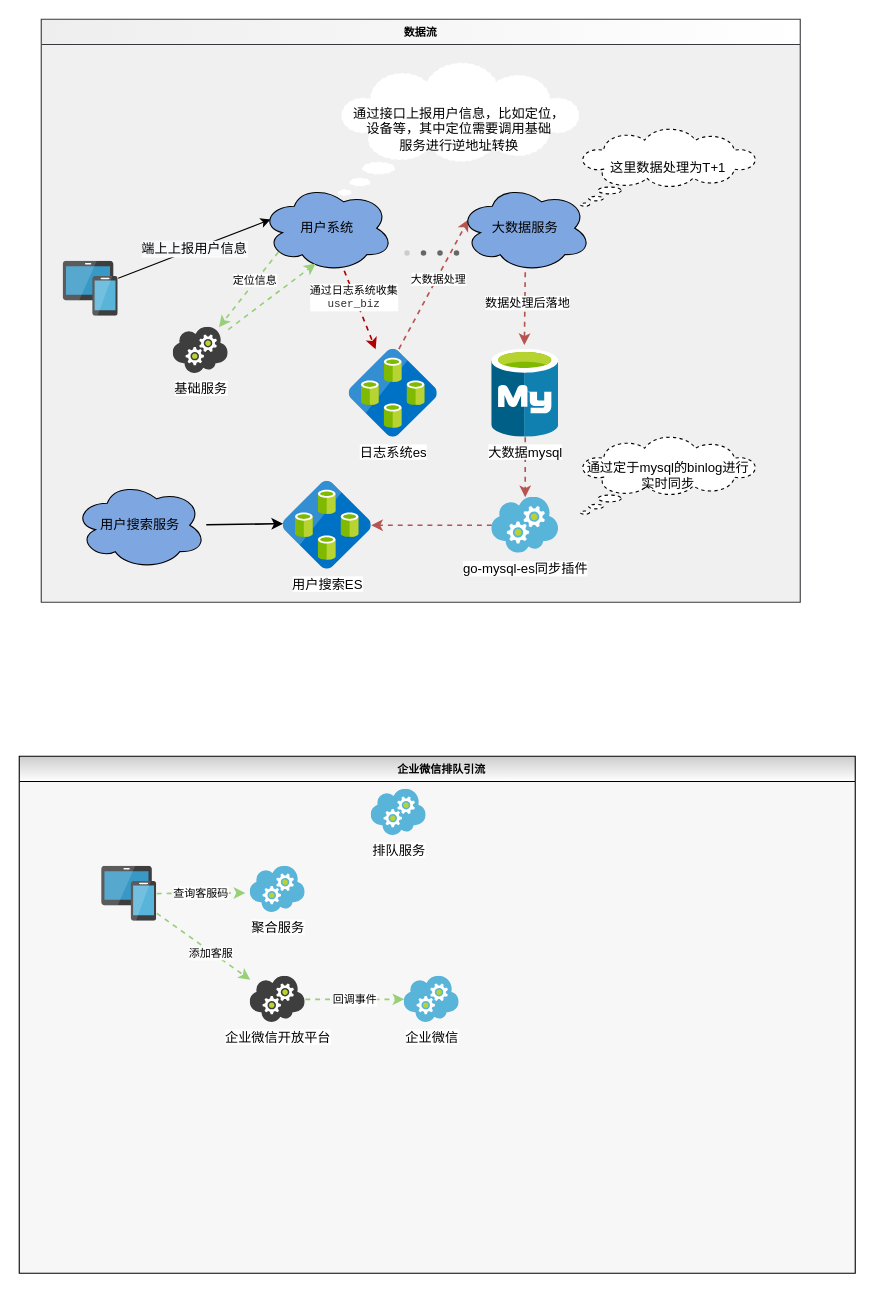
The draw.io diagram 企业微信排队引流.drawio in frainmeng/drawio-folder, before the edit. Source tidied: cells renumbered, new cells numbered last; positions are measured from the earlier drawing's top-left corner, leaving out a move shared by most shapes. Both pictures are drawn from the tidied source at 110%, with x=0, y=0 at pixel (19, 19).
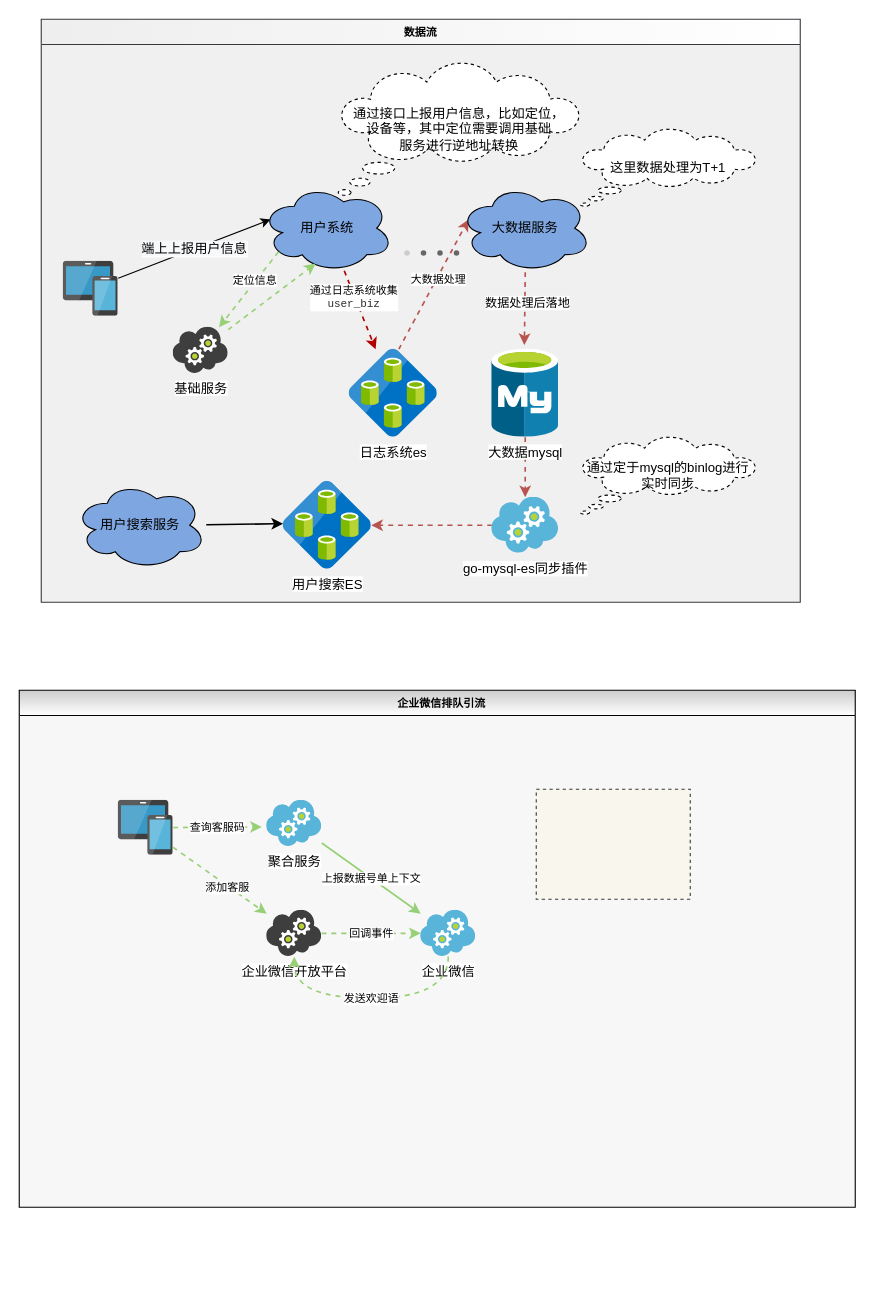
The same diagram, later.

Diff of the diagram source:
```diff
@@
-    <mxCell id="2" value="数据流" style="swimlane;fontSize=10;fillColor=#eeeeee;swimlaneFillColor=#F0F0F0;strokeColor=#36393d;gradientColor=#ffffff;gradientDirection=east;" parent="1" vertex="1">
+    <mxCell id="2" value="数据流" style="swimlane;fontSize=10;fillColor=#eeeeee;swimlaneFillColor=#F0F0F0;strokeColor=#36393d;gradientColor=#ffffff;gradientDirection=east;rounded=0;" parent="1" vertex="1">
       <mxGeometry x="20" width="690" height="530" as="geometry" />
     </mxCell>
-    <mxCell id="3" style="edgeStyle=none;jettySize=auto;html=1;strokeWidth=1.5;fontSize=8;rounded=0;noJump=0;fillColor=#e51400;strokeColor=#B20000;dashed=1;" parent="1" edge="1" source="7" target="17">
+    <mxCell id="3" style="edgeStyle=none;jettySize=auto;html=1;strokeWidth=1.5;fontSize=8;rounded=0;noJump=0;fillColor=#e51400;strokeColor=#B20000;dashed=1;curved=1;" parent="1" edge="1" source="7" target="17">
       <mxGeometry relative="1" as="geometry" />
     </mxCell>
-    <mxCell id="4" value="通过日志系统收集&lt;br style=&quot;font-size: 10px;&quot;&gt;&lt;span style=&quot;color: rgb(45, 45, 45); font-family: &amp;quot;Roboto Mono&amp;quot;, Consolas, Menlo, Courier, monospace; font-size: 10px; letter-spacing: -0.07px; text-align: start;&quot;&gt;user_biz&lt;/span&gt;" style="edgeLabel;html=1;align=center;verticalAlign=middle;fontSize=10;" parent="3" vertex="1">
+    <mxCell id="4" value="通过日志系统收集&lt;br style=&quot;font-size: 10px;&quot;&gt;&lt;span style=&quot;color: rgb(45, 45, 45); font-family: &amp;quot;Roboto Mono&amp;quot;, Consolas, Menlo, Courier, monospace; font-size: 10px; letter-spacing: -0.07px; text-align: start;&quot;&gt;user_biz&lt;/span&gt;" style="edgeLabel;html=1;align=center;verticalAlign=middle;fontSize=10;rounded=0;" parent="3" vertex="1">
       <mxGeometry x="-0.35" y="-1" relative="1" as="geometry" />
     </mxCell>
-    <mxCell id="5" style="edgeStyle=none;rounded=0;sketch=0;jettySize=auto;html=1;exitX=0.13;exitY=0.77;exitDx=0;exitDy=0;exitPerimeter=0;shadow=0;fontSize=10;startFill=1;endFill=1;strokeColor=#97D077;strokeWidth=1.5;dashed=1;" parent="1" edge="1" source="7" target="25">
+    <mxCell id="5" style="edgeStyle=none;rounded=0;jettySize=auto;html=1;exitX=0.13;exitY=0.77;exitDx=0;exitDy=0;exitPerimeter=0;shadow=0;fontSize=10;startFill=1;endFill=1;strokeColor=#97D077;strokeWidth=1.5;dashed=1;curved=1;" parent="1" edge="1" source="7" target="25">
       <mxGeometry relative="1" as="geometry" />
     </mxCell>
-    <mxCell id="6" value="定位信息" style="edgeLabel;html=1;align=center;verticalAlign=middle;fontSize=10;" parent="5" vertex="1">
+    <mxCell id="6" value="定位信息" style="edgeLabel;html=1;align=center;verticalAlign=middle;fontSize=10;rounded=0;" parent="5" vertex="1">
       <mxGeometry x="-0.25" y="-2" relative="1" as="geometry" />
     </mxCell>
-    <mxCell id="7" value="用户系统" style="ellipse;shape=cloud;whiteSpace=wrap;html=1;fillColor=#7EA6E0;" parent="1" vertex="1">
+    <mxCell id="7" value="用户系统" style="ellipse;shape=cloud;whiteSpace=wrap;html=1;fillColor=#7EA6E0;rounded=0;" parent="1" vertex="1">
       <mxGeometry x="220" y="150" width="120" height="80" as="geometry" />
     </mxCell>
-    <mxCell id="8" value="&lt;span style=&quot;font-size: 12px; background-color: rgb(248, 249, 250);&quot;&gt;端上上报用户信息&lt;/span&gt;" style="rounded=0;jettySize=auto;html=1;entryX=0.07;entryY=0.4;entryDx=0;entryDy=0;entryPerimeter=0;startFill=1;endFill=1;" parent="1" edge="1" source="9" target="7">
+    <mxCell id="8" value="&lt;span style=&quot;font-size: 12px; background-color: rgb(248, 249, 250);&quot;&gt;端上上报用户信息&lt;/span&gt;" style="rounded=0;jettySize=auto;html=1;entryX=0.07;entryY=0.4;entryDx=0;entryDy=0;entryPerimeter=0;startFill=1;endFill=1;curved=1;" parent="1" edge="1" source="9" target="7">
       <mxGeometry relative="1" as="geometry" />
     </mxCell>
-    <mxCell id="9" style="sketch=0;html=1;points=[];align=center;image;fontSize=12;image=img/lib/mscae/Devices_Groups.svg;fillColor=#CCCCCC;" parent="1" vertex="1">
+    <mxCell id="9" style="html=1;points=[];align=center;image;fontSize=12;image=img/lib/mscae/Devices_Groups.svg;fillColor=#CCCCCC;rounded=0;" parent="1" vertex="1">
       <mxGeometry x="40" y="220" width="50" height="50" as="geometry" />
     </mxCell>
-    <mxCell id="10" style="edgeStyle=none;rounded=1;jettySize=auto;html=1;entryX=0.07;entryY=0.4;entryDx=0;entryDy=0;entryPerimeter=0;fillColor=#f8cecc;strokeColor=#b85450;dashed=1;strokeWidth=1.5;exitX=0.564;exitY=-0.002;exitDx=0;exitDy=0;exitPerimeter=0;" parent="1" edge="1" source="17" target="14">
+    <mxCell id="10" style="edgeStyle=none;rounded=0;jettySize=auto;html=1;entryX=0.07;entryY=0.4;entryDx=0;entryDy=0;entryPerimeter=0;fillColor=#f8cecc;strokeColor=#b85450;dashed=1;strokeWidth=1.5;exitX=0.564;exitY=-0.002;exitDx=0;exitDy=0;exitPerimeter=0;curved=1;" parent="1" edge="1" source="17" target="14">
       <mxGeometry relative="1" as="geometry" />
     </mxCell>
-    <mxCell id="11" value="大数据处理" style="edgeLabel;html=1;align=center;verticalAlign=middle;fontSize=10;" parent="10" vertex="1">
+    <mxCell id="11" value="大数据处理" style="edgeLabel;html=1;align=center;verticalAlign=middle;fontSize=10;rounded=0;" parent="10" vertex="1">
       <mxGeometry x="0.09" y="-1" relative="1" as="geometry" />
     </mxCell>
-    <mxCell id="12" style="edgeStyle=none;rounded=1;jettySize=auto;html=1;entryX=0.487;entryY=-0.047;entryDx=0;entryDy=0;entryPerimeter=0;strokeColor=#b85450;fillColor=#f8cecc;dashed=1;strokeWidth=1.5;" parent="1" edge="1" source="14" target="16">
+    <mxCell id="12" style="edgeStyle=none;rounded=0;jettySize=auto;html=1;entryX=0.487;entryY=-0.047;entryDx=0;entryDy=0;entryPerimeter=0;strokeColor=#b85450;fillColor=#f8cecc;dashed=1;strokeWidth=1.5;curved=1;" parent="1" edge="1" source="14" target="16">
       <mxGeometry relative="1" as="geometry" />
     </mxCell>
-    <mxCell id="13" value="数据处理后落地" style="edgeLabel;html=1;align=center;verticalAlign=middle;" parent="12" vertex="1">
+    <mxCell id="13" value="数据处理后落地" style="edgeLabel;html=1;align=center;verticalAlign=middle;rounded=0;" parent="12" vertex="1">
       <mxGeometry x="-0.17" y="2" relative="1" as="geometry" />
     </mxCell>
-    <mxCell id="14" value="大数据服务" style="ellipse;shape=cloud;whiteSpace=wrap;html=1;fillColor=#7EA6E0;" parent="1" vertex="1">
+    <mxCell id="14" value="大数据服务" style="ellipse;shape=cloud;whiteSpace=wrap;html=1;fillColor=#7EA6E0;rounded=0;" parent="1" vertex="1">
       <mxGeometry x="400" y="150" width="120" height="80" as="geometry" />
     </mxCell>
-    <mxCell id="15" style="edgeStyle=none;rounded=1;jettySize=auto;html=1;strokeColor=#b85450;fillColor=#f8cecc;dashed=1;strokeWidth=1.5;" parent="1" edge="1" source="16" target="20">
+    <mxCell id="15" style="edgeStyle=none;rounded=0;jettySize=auto;html=1;strokeColor=#b85450;fillColor=#f8cecc;dashed=1;strokeWidth=1.5;curved=1;" parent="1" edge="1" source="16" target="20">
       <mxGeometry relative="1" as="geometry" />
     </mxCell>
-    <mxCell id="16" value="大数据mysql" style="sketch=0;html=1;points=[];align=center;image;fontSize=12;image=img/lib/mscae/Azure_Database_for_MySQL_servers.svg;fillColor=#CCCCCC;" parent="1" vertex="1">
+    <mxCell id="16" value="大数据mysql" style="html=1;points=[];align=center;image;fontSize=12;image=img/lib/mscae/Azure_Database_for_MySQL_servers.svg;fillColor=#CCCCCC;rounded=0;" parent="1" vertex="1">
       <mxGeometry x="429.6" y="300" width="60.8" height="80" as="geometry" />
     </mxCell>
-    <mxCell id="17" value="日志系统es" style="sketch=0;html=1;points=[];align=center;image;fontSize=12;image=img/lib/mscae/Elastic_Database_Pools.svg;fillColor=#CCCCCC;" parent="1" vertex="1">
+    <mxCell id="17" value="日志系统es" style="html=1;points=[];align=center;image;fontSize=12;image=img/lib/mscae/Elastic_Database_Pools.svg;fillColor=#CCCCCC;rounded=0;" parent="1" vertex="1">
       <mxGeometry x="300" y="300" width="80" height="80" as="geometry" />
     </mxCell>
-    <mxCell id="18" value="用户搜索ES" style="sketch=0;html=1;points=[];align=center;image;fontSize=12;image=img/lib/mscae/Elastic_Database_Pools.svg;fillColor=#CCCCCC;" parent="1" vertex="1">
+    <mxCell id="18" value="用户搜索ES" style="html=1;points=[];align=center;image;fontSize=12;image=img/lib/mscae/Elastic_Database_Pools.svg;fillColor=#CCCCCC;rounded=0;" parent="1" vertex="1">
       <mxGeometry x="240" y="420" width="80" height="80" as="geometry" />
     </mxCell>
-    <mxCell id="19" style="edgeStyle=none;rounded=1;jettySize=auto;html=1;strokeColor=#b85450;fillColor=#f8cecc;dashed=1;strokeWidth=1.5;" parent="1" edge="1" source="20" target="18">
+    <mxCell id="19" style="edgeStyle=none;rounded=0;jettySize=auto;html=1;strokeColor=#b85450;fillColor=#f8cecc;dashed=1;strokeWidth=1.5;curved=1;" parent="1" edge="1" source="20" target="18">
       <mxGeometry relative="1" as="geometry" />
     </mxCell>
-    <mxCell id="20" value="go-mysql-es同步插件" style="sketch=0;html=1;points=[];align=center;image;fontSize=12;image=img/lib/mscae/Cloud_Services_Classic.svg;fillColor=#CCCCCC;" parent="1" vertex="1">
+    <mxCell id="20" value="go-mysql-es同步插件" style="html=1;points=[];align=center;image;fontSize=12;image=img/lib/mscae/Cloud_Services_Classic.svg;fillColor=#CCCCCC;rounded=0;" parent="1" vertex="1">
       <mxGeometry x="429.6" y="434.5" width="60.7" height="51" as="geometry" />
     </mxCell>
-    <mxCell id="21" style="edgeStyle=none;rounded=0;sketch=0;jettySize=auto;html=1;entryX=-0.002;entryY=0.482;entryDx=0;entryDy=0;entryPerimeter=0;shadow=0;fontSize=10;startFill=1;endFill=1;strokeWidth=1.5;" parent="1" edge="1" source="22" target="18">
+    <mxCell id="21" style="edgeStyle=none;rounded=0;jettySize=auto;html=1;entryX=-0.002;entryY=0.482;entryDx=0;entryDy=0;entryPerimeter=0;shadow=0;fontSize=10;startFill=1;endFill=1;strokeWidth=1.5;curved=1;" parent="1" edge="1" source="22" target="18">
       <mxGeometry relative="1" as="geometry" />
     </mxCell>
-    <mxCell id="22" value="用户搜索服务" style="ellipse;shape=cloud;whiteSpace=wrap;html=1;fillColor=#7EA6E0;" parent="1" vertex="1">
+    <mxCell id="22" value="用户搜索服务" style="ellipse;shape=cloud;whiteSpace=wrap;html=1;fillColor=#7EA6E0;rounded=0;" parent="1" vertex="1">
       <mxGeometry x="50" y="420" width="120" height="80" as="geometry" />
     </mxCell>
-    <mxCell id="23" value="通过定于mysql的binlog进行实时同步" style="whiteSpace=wrap;html=1;shape=mxgraph.basic.cloud_callout;dashed=1;" parent="1" vertex="1">
+    <mxCell id="23" value="通过定于mysql的binlog进行实时同步" style="whiteSpace=wrap;html=1;shape=mxgraph.basic.cloud_callout;dashed=1;rounded=0;" parent="1" vertex="1">
       <mxGeometry x="510" y="380" width="160" height="70" as="geometry" />
     </mxCell>
-    <mxCell id="24" style="edgeStyle=none;rounded=0;sketch=0;jettySize=auto;html=1;entryX=0.412;entryY=0.901;entryDx=0;entryDy=0;entryPerimeter=0;shadow=0;fontSize=10;startFill=1;endFill=1;strokeColor=#97D077;strokeWidth=1.5;dashed=1;" parent="1" edge="1" source="25" target="7">
+    <mxCell id="24" style="edgeStyle=none;rounded=0;jettySize=auto;html=1;entryX=0.412;entryY=0.901;entryDx=0;entryDy=0;entryPerimeter=0;shadow=0;fontSize=10;startFill=1;endFill=1;strokeColor=#97D077;strokeWidth=1.5;dashed=1;curved=1;" parent="1" edge="1" source="25" target="7">
       <mxGeometry relative="1" as="geometry" />
     </mxCell>
-    <mxCell id="25" value="基础服务" style="sketch=0;html=1;points=[];align=center;image;fontSize=12;image=img/lib/mscae/Cloud_Service.svg;fillColor=#7EA6E0;" parent="1" vertex="1">
+    <mxCell id="25" value="基础服务" style="html=1;points=[];align=center;image;fontSize=12;image=img/lib/mscae/Cloud_Service.svg;fillColor=#7EA6E0;rounded=0;" parent="1" vertex="1">
       <mxGeometry x="140" y="280" width="50" height="42" as="geometry" />
     </mxCell>
-    <mxCell id="26" value="这里数据处理为T+1" style="whiteSpace=wrap;html=1;shape=mxgraph.basic.cloud_callout;dashed=1;" parent="1" vertex="1">
+    <mxCell id="26" value="这里数据处理为T+1" style="whiteSpace=wrap;html=1;shape=mxgraph.basic.cloud_callout;dashed=1;rounded=0;" parent="1" vertex="1">
       <mxGeometry x="510" y="100" width="160" height="70" as="geometry" />
     </mxCell>
-    <mxCell id="27" value="通过接口上报用户信息，比如定位，&lt;br&gt;设备等，其中定位需要调用基础&lt;br&gt;服务进行逆地址转换" style="whiteSpace=wrap;html=1;shape=mxgraph.basic.cloud_callout;fillColor=#FFFFFF;dashed=1;strokeColor=#FFFFFF;" parent="1" vertex="1">
+    <mxCell id="27" value="通过接口上报用户信息，比如定位，&lt;br&gt;设备等，其中定位需要调用基础&lt;br&gt;服务进行逆地址转换" style="whiteSpace=wrap;html=1;shape=mxgraph.basic.cloud_callout;fillColor=#FFFFFF;dashed=1;rounded=0;" parent="1" vertex="1">
       <mxGeometry x="290" y="40" width="220" height="120" as="geometry" />
     </mxCell>
+    <mxCell id="39" style="verticalLabelPosition=bottom;verticalAlign=top;html=1;shadow=0;dashed=0;strokeWidth=1;shape=mxgraph.ios.iPageControl;fillColor=#666666;strokeColor=#cccccc;fontSize=10;rounded=0;" parent="1" vertex="1">
+      <mxGeometry x="350" y="210" width="50" height="5" as="geometry" />
+    </mxCell>
+    <mxCell id="40" style="group;rounded=0;" parent="1" vertex="1">
+      <mxGeometry y="610" width="760" height="470" as="geometry" />
+    </mxCell>
-    <mxCell id="28" value="   企业微信排队引流" style="swimlane;fontSize=10;fillColor=#CCCCCC;gradientColor=#ffffff;gradientDirection=south;swimlaneFillColor=#F7F7F7;" parent="1" vertex="1">
-      <mxGeometry y="670" width="760" height="470" as="geometry" />
+    <mxCell id="28" value="   企业微信排队引流" style="swimlane;fontSize=10;fillColor=#CCCCCC;gradientColor=#ffffff;gradientDirection=south;swimlaneFillColor=#F7F7F7;rounded=0;shadow=0;" parent="40" vertex="1">
+      <mxGeometry width="760" height="470" as="geometry" />
     </mxCell>
+    <mxCell id="38" value="聚合服务" style="html=1;points=[];align=center;image;fontSize=12;image=img/lib/mscae/Cloud_Services_Classic.svg;fillColor=#CCCCCC;gradientColor=#ffffff;gradientDirection=south;rounded=0;" parent="28" vertex="1">
+      <mxGeometry x="225" y="100" width="50" height="42" as="geometry" />
+    </mxCell>
+    <mxCell id="41" style="text;html=1;strokeColor=#36393d;fillColor=#f9f7ed;align=left;verticalAlign=middle;whiteSpace=wrap;rounded=0;shadow=0;glass=0;labelBackgroundColor=none;labelBorderColor=none;fontSize=10;dashed=1;" parent="28" vertex="1">
+      <mxGeometry x="470" y="90" width="140" height="100" as="geometry" />
+    </mxCell>
+    <mxCell id="33" style="html=1;points=[];align=center;image;fontSize=12;image=img/lib/mscae/Devices_Groups.svg;fillColor=#CCCCCC;gradientColor=#ffffff;gradientDirection=south;rounded=0;" parent="40" vertex="1">
+      <mxGeometry x="90" y="100" width="50" height="50" as="geometry" />
+    </mxCell>
+    <mxCell id="35" value="企业微信" style="html=1;points=[];align=center;image;fontSize=12;image=img/lib/mscae/Cloud_Services_Classic.svg;fillColor=#CCCCCC;gradientColor=#ffffff;gradientDirection=south;rounded=0;" parent="40" vertex="1">
+      <mxGeometry x="365" y="200" width="50" height="42" as="geometry" />
+    </mxCell>
+    <mxCell id="37" value="企业微信开放平台" style="html=1;points=[];align=center;image;fontSize=12;image=img/lib/mscae/Cloud_Service.svg;fillColor=#CCCCCC;gradientColor=#ffffff;gradientDirection=south;rounded=0;" parent="40" vertex="1">
+      <mxGeometry x="225" y="200" width="50" height="42" as="geometry" />
+    </mxCell>
+    <mxCell id="36" value="回调事件" style="edgeStyle=none;rounded=0;jettySize=auto;html=1;shadow=0;dashed=1;fontSize=10;startFill=1;endFill=1;strokeColor=#97D077;strokeWidth=1.5;curved=1;" parent="40" edge="1" source="37" target="35">
+      <mxGeometry relative="1" as="geometry" />
+    </mxCell>
+    <mxCell id="31" style="edgeStyle=none;rounded=0;jettySize=auto;html=1;shadow=0;dashed=1;fontSize=10;startFill=1;endFill=1;strokeColor=#97D077;strokeWidth=1.5;curved=1;" parent="40" edge="1" source="33" target="37">
+      <mxGeometry relative="1" as="geometry" />
+    </mxCell>
+    <mxCell id="32" value="添加客服" style="edgeLabel;html=1;align=center;verticalAlign=middle;fontSize=10;rounded=0;" parent="31" vertex="1">
+      <mxGeometry x="0.16" y="-1" relative="1" as="geometry" />
+    </mxCell>
+    <mxCell id="42" value="发送欢迎语" style="edgeStyle=orthogonalEdgeStyle;rounded=0;jettySize=auto;html=1;shadow=0;dashed=1;fontSize=10;startFill=1;endFill=1;strokeColor=#97D077;strokeWidth=1.5;curved=1;" parent="40" edge="1" source="35" target="37">
+      <mxGeometry relative="1" as="geometry">
+        <Array as="points">
+          <mxPoint x="390" y="280" />
+          <mxPoint x="250" y="280" />
+        </Array>
+      </mxGeometry>
+    </mxCell>
-    <mxCell id="29" style="edgeStyle=none;rounded=0;sketch=0;jettySize=auto;html=1;entryX=-0.09;entryY=0.577;entryDx=0;entryDy=0;entryPerimeter=0;shadow=0;dashed=1;fontSize=10;startFill=1;endFill=1;strokeColor=#97D077;strokeWidth=1.5;" parent="28" edge="1" source="33" target="38">
+    <mxCell id="29" style="edgeStyle=none;rounded=0;jettySize=auto;html=1;entryX=-0.09;entryY=0.577;entryDx=0;entryDy=0;entryPerimeter=0;shadow=0;dashed=1;fontSize=10;startFill=1;endFill=1;strokeColor=#97D077;strokeWidth=1.5;curved=1;" parent="40" edge="1" source="33" target="38">
       <mxGeometry relative="1" as="geometry" />
     </mxCell>
-    <mxCell id="30" value="查询客服码" style="edgeLabel;html=1;align=center;verticalAlign=middle;fontSize=10;" parent="29" vertex="1">
+    <mxCell id="30" value="查询客服码" style="edgeLabel;html=1;align=center;verticalAlign=middle;fontSize=10;rounded=0;" parent="29" vertex="1">
       <mxGeometry y="1" relative="1" as="geometry" />
     </mxCell>
-    <mxCell id="31" style="edgeStyle=none;rounded=0;sketch=0;jettySize=auto;html=1;shadow=0;dashed=1;fontSize=10;startFill=1;endFill=1;strokeColor=#97D077;strokeWidth=1.5;" parent="28" edge="1" source="33" target="37">
-      <mxGeometry relative="1" as="geometry" />
-    </mxCell>
-    <mxCell id="32" value="添加客服" style="edgeLabel;html=1;align=center;verticalAlign=middle;fontSize=10;" parent="31" vertex="1">
-      <mxGeometry x="0.16" y="-1" relative="1" as="geometry" />
-    </mxCell>
-    <mxCell id="33" style="sketch=0;html=1;points=[];align=center;image;fontSize=12;image=img/lib/mscae/Devices_Groups.svg;fillColor=#CCCCCC;gradientColor=#ffffff;gradientDirection=south;" parent="28" vertex="1">
-      <mxGeometry x="75" y="100" width="50" height="50" as="geometry" />
-    </mxCell>
-    <mxCell id="34" value="排队服务" style="sketch=0;html=1;align=center;image;fontSize=12;image=img/lib/mscae/Cloud_Services_Classic.svg;fillColor=#CCCCCC;gradientColor=#ffffff;gradientDirection=south;" parent="28" vertex="1">
-      <mxGeometry x="320" y="30" width="50" height="42" as="geometry" />
-    </mxCell>
-    <mxCell id="35" value="企业微信" style="sketch=0;html=1;points=[];align=center;image;fontSize=12;image=img/lib/mscae/Cloud_Services_Classic.svg;fillColor=#CCCCCC;gradientColor=#ffffff;gradientDirection=south;" parent="28" vertex="1">
-      <mxGeometry x="350" y="200" width="50" height="42" as="geometry" />
-    </mxCell>
-    <mxCell id="36" value="回调事件" style="edgeStyle=none;rounded=0;sketch=0;jettySize=auto;html=1;shadow=0;dashed=1;fontSize=10;startFill=1;endFill=1;strokeColor=#97D077;strokeWidth=1.5;" parent="28" edge="1" source="37" target="35">
-      <mxGeometry relative="1" as="geometry" />
-    </mxCell>
-    <mxCell id="37" value="企业微信开放平台" style="sketch=0;html=1;points=[];align=center;image;fontSize=12;image=img/lib/mscae/Cloud_Service.svg;fillColor=#CCCCCC;gradientColor=#ffffff;gradientDirection=south;" parent="28" vertex="1">
-      <mxGeometry x="210" y="200" width="50" height="42" as="geometry" />
-    </mxCell>
-    <mxCell id="38" value="聚合服务" style="sketch=0;html=1;points=[];align=center;image;fontSize=12;image=img/lib/mscae/Cloud_Services_Classic.svg;fillColor=#CCCCCC;gradientColor=#ffffff;gradientDirection=south;" parent="28" vertex="1">
-      <mxGeometry x="210" y="100" width="50" height="42" as="geometry" />
-    </mxCell>
-    <mxCell id="39" style="verticalLabelPosition=bottom;verticalAlign=top;html=1;shadow=0;dashed=0;strokeWidth=1;shape=mxgraph.ios.iPageControl;fillColor=#666666;strokeColor=#cccccc;sketch=0;fontSize=10;" parent="1" vertex="1">
-      <mxGeometry x="350" y="210" width="50" height="5" as="geometry" />
-    </mxCell>
+    <mxCell id="43" value="上报数据号单上下文" style="edgeStyle=none;curved=1;jettySize=auto;html=1;shadow=0;fontSize=10;startArrow=none;startFill=0;endFill=1;strokeColor=#97D077;strokeWidth=1.5;elbow=vertical;" parent="40" edge="1" source="38" target="35">
+      <mxGeometry relative="1" as="geometry" />
+    </mxCell>
```
